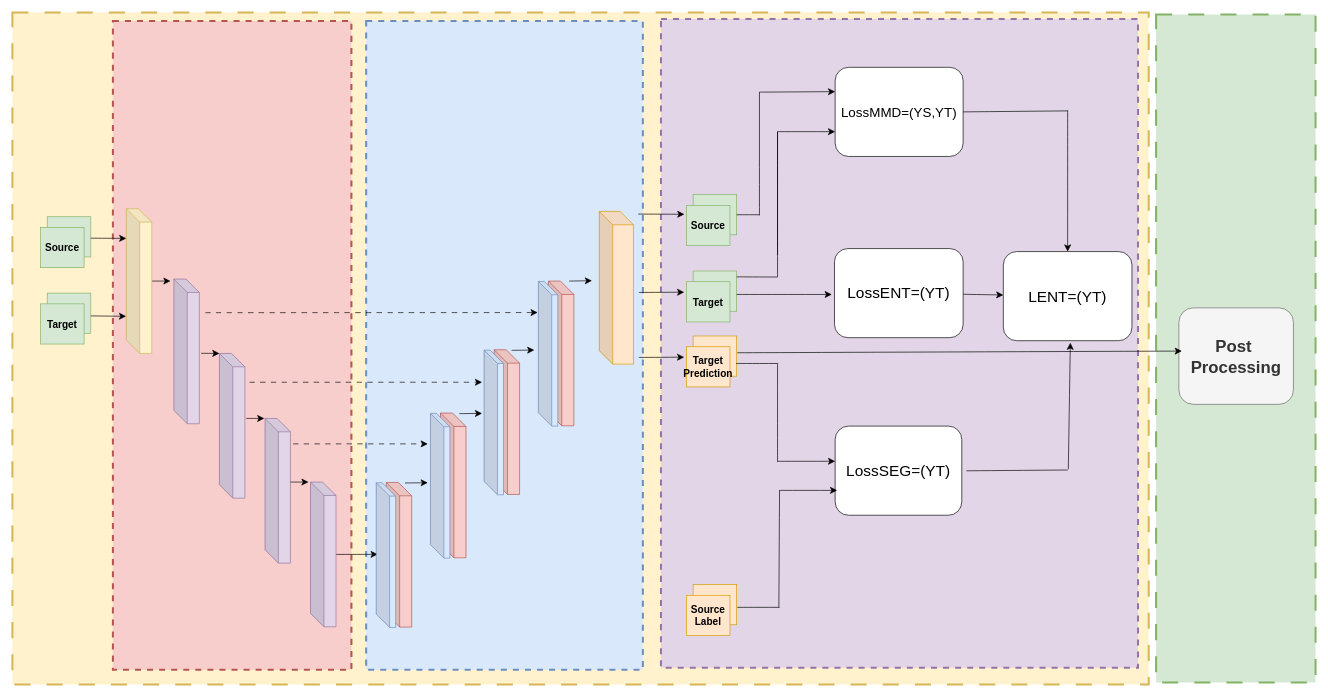
Above: Spatina Net.drawio in Yingda-Yu/Spartina-Earth (draw.io), before the change. Source tidied: cells renumbered, new cells numbered last; positions are measured from the earlier drawing's top-left corner, leaving out a move shared by most shapes. Both pictures are drawn from the tidied source at 67%, with x=0, y=0 at pixel (12, 12).
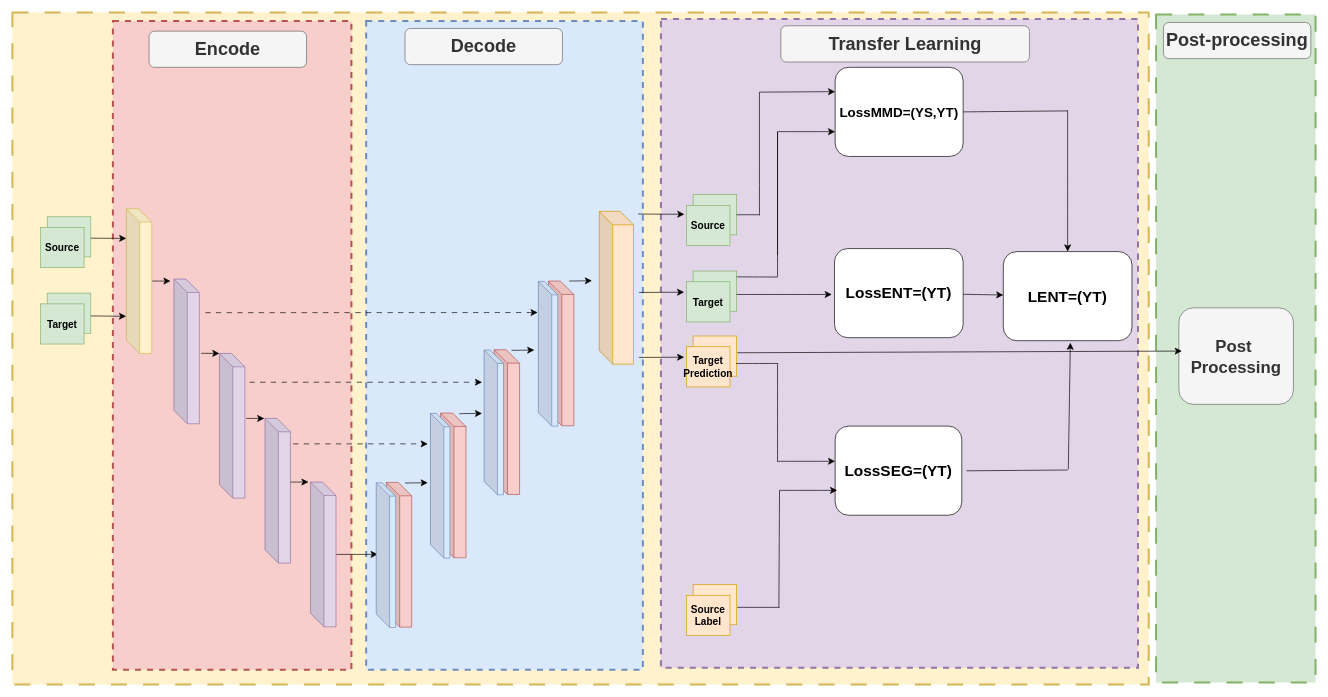
The same diagram, later.

Change to the diagram source:
```diff
@@
-    <mxCell id="25" value="&lt;font style=&quot;font-size: 25px;&quot;&gt;&lt;b&gt;Post&amp;nbsp;&lt;/b&gt;&lt;/font&gt;&lt;div&gt;&lt;font style=&quot;font-size: 25px;&quot;&gt;&lt;b&gt;Processing&lt;/b&gt;&lt;/font&gt;&lt;/div&gt;" style="rounded=1;whiteSpace=wrap;html=1;fillColor=#f5f5f5;fontColor=#333333;strokeColor=#666666;" parent="1" vertex="1">
+    <mxCell id="25" value="&lt;font style=&quot;font-size: 25px;&quot;&gt;&lt;b&gt;Post&amp;nbsp;&lt;/b&gt;&lt;/font&gt;&lt;div&gt;&lt;font style=&quot;font-size: 25px;&quot;&gt;&lt;b&gt;Processing&lt;/b&gt;&lt;/font&gt;&lt;/div&gt;" style="rounded=1;whiteSpace=wrap;html=1;fillColor=#f5f5f5;strokeColor=#666666;fontColor=#333333;" parent="1" vertex="1">
       <mxGeometry x="1741" y="441" width="171" height="144" as="geometry" />
     </mxCell>
@@
-    <mxCell id="47" value="&lt;font style=&quot;font-size: 20px;&quot;&gt;LossMMD=(YS,YT)&lt;/font&gt;" style="rounded=1;whiteSpace=wrap;html=1;" parent="1" vertex="1">
+    <mxCell id="47" value="&lt;font style=&quot;font-size: 20px;&quot;&gt;&lt;b&gt;LossMMD=(YS,YT)&lt;/b&gt;&lt;/font&gt;" style="rounded=1;whiteSpace=wrap;html=1;" parent="1" vertex="1">
       <mxGeometry x="1228" y="82" width="191" height="133" as="geometry" />
     </mxCell>
@@
-    <mxCell id="56" value="&lt;font style=&quot;font-size: 23px;&quot;&gt;LossENT=(YT)&lt;/font&gt;" style="rounded=1;whiteSpace=wrap;html=1;" parent="1" vertex="1">
+    <mxCell id="56" value="&lt;font style=&quot;font-size: 23px;&quot;&gt;&lt;b&gt;LossENT=(YT)&lt;/b&gt;&lt;/font&gt;" style="rounded=1;whiteSpace=wrap;html=1;" parent="1" vertex="1">
       <mxGeometry x="1227" y="352.5" width="192" height="133" as="geometry" />
     </mxCell>
@@
-    <mxCell id="59" value="&lt;font style=&quot;font-size: 23px;&quot;&gt;LossSEG=(YT)&lt;/font&gt;" style="rounded=1;whiteSpace=wrap;html=1;" parent="1" vertex="1">
+    <mxCell id="59" value="&lt;font style=&quot;font-size: 23px;&quot;&gt;&lt;b&gt;LossSEG=(YT)&lt;/b&gt;&lt;/font&gt;" style="rounded=1;whiteSpace=wrap;html=1;" parent="1" vertex="1">
       <mxGeometry x="1228" y="617.5" width="189" height="133" as="geometry" />
     </mxCell>
@@
-    <mxCell id="69" value="&lt;font style=&quot;font-size: 23px;&quot;&gt;LENT=(YT)&lt;/font&gt;" style="rounded=1;whiteSpace=wrap;html=1;" parent="1" vertex="1">
+    <mxCell id="69" value="&lt;font style=&quot;font-size: 23px;&quot;&gt;&lt;b&gt;LENT=(YT)&lt;/b&gt;&lt;/font&gt;" style="rounded=1;whiteSpace=wrap;html=1;" parent="1" vertex="1">
       <mxGeometry x="1479" y="357" width="192" height="133" as="geometry" />
     </mxCell>
@@
+    <mxCell id="75" value="&lt;font style=&quot;font-size: 27px;&quot;&gt;&lt;b&gt;Encode&lt;/b&gt;&lt;/font&gt;" style="rounded=1;whiteSpace=wrap;html=1;fillColor=#f5f5f5;fontColor=#333333;strokeColor=#666666;" parent="1" vertex="1">
+      <mxGeometry x="204" y="28" width="235" height="54" as="geometry" />
+    </mxCell>
+    <mxCell id="76" value="&lt;font style=&quot;font-size: 27px;&quot;&gt;&lt;b&gt;Decode&lt;/b&gt;&lt;/font&gt;" style="rounded=1;whiteSpace=wrap;html=1;fillColor=#f5f5f5;fontColor=#333333;strokeColor=#666666;" parent="1" vertex="1">
+      <mxGeometry x="586" y="24" width="235" height="54" as="geometry" />
+    </mxCell>
+    <mxCell id="77" value="&lt;span style=&quot;font-size: 27px;&quot;&gt;&lt;b&gt;Transfer Learning&lt;/b&gt;&lt;/span&gt;" style="rounded=1;whiteSpace=wrap;html=1;fillColor=#f5f5f5;fontColor=#333333;strokeColor=#666666;" parent="1" vertex="1">
+      <mxGeometry x="1147" y="20" width="371" height="54" as="geometry" />
+    </mxCell>
+    <mxCell id="78" value="&lt;span style=&quot;font-size: 27px;&quot;&gt;&lt;b&gt;Post-processing&lt;/b&gt;&lt;/span&gt;" style="rounded=1;whiteSpace=wrap;html=1;fillColor=#f5f5f5;fontColor=#333333;strokeColor=#666666;" parent="1" vertex="1">
+      <mxGeometry x="1718" y="15" width="220" height="54" as="geometry" />
+    </mxCell>
```
